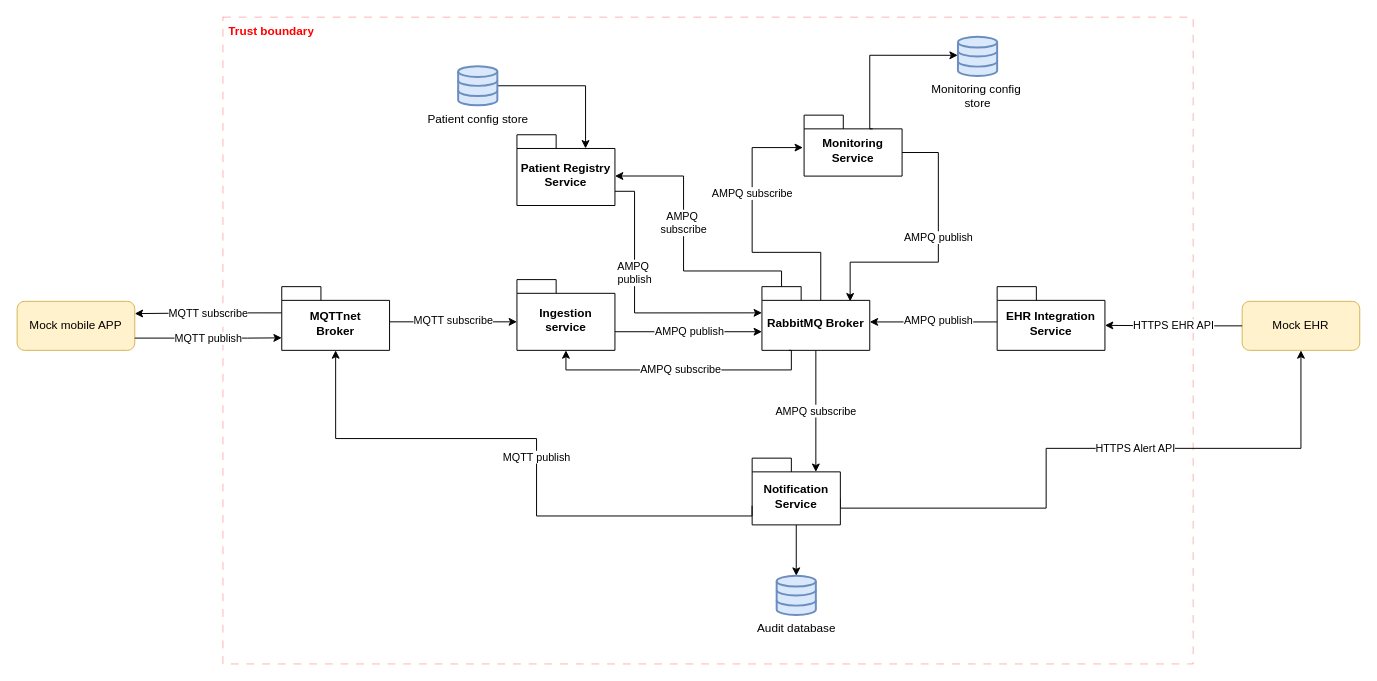
Above: docs/CC view.drawio in AlbertPerezB/CagHome (draw.io), before the change. Source tidied: cells renumbered, new cells numbered last; positions are measured from the earlier drawing's top-left corner, leaving out a move shared by most shapes. Both pictures are drawn from the tidied source at 98%, with x=0, y=0 at pixel (17, 17).
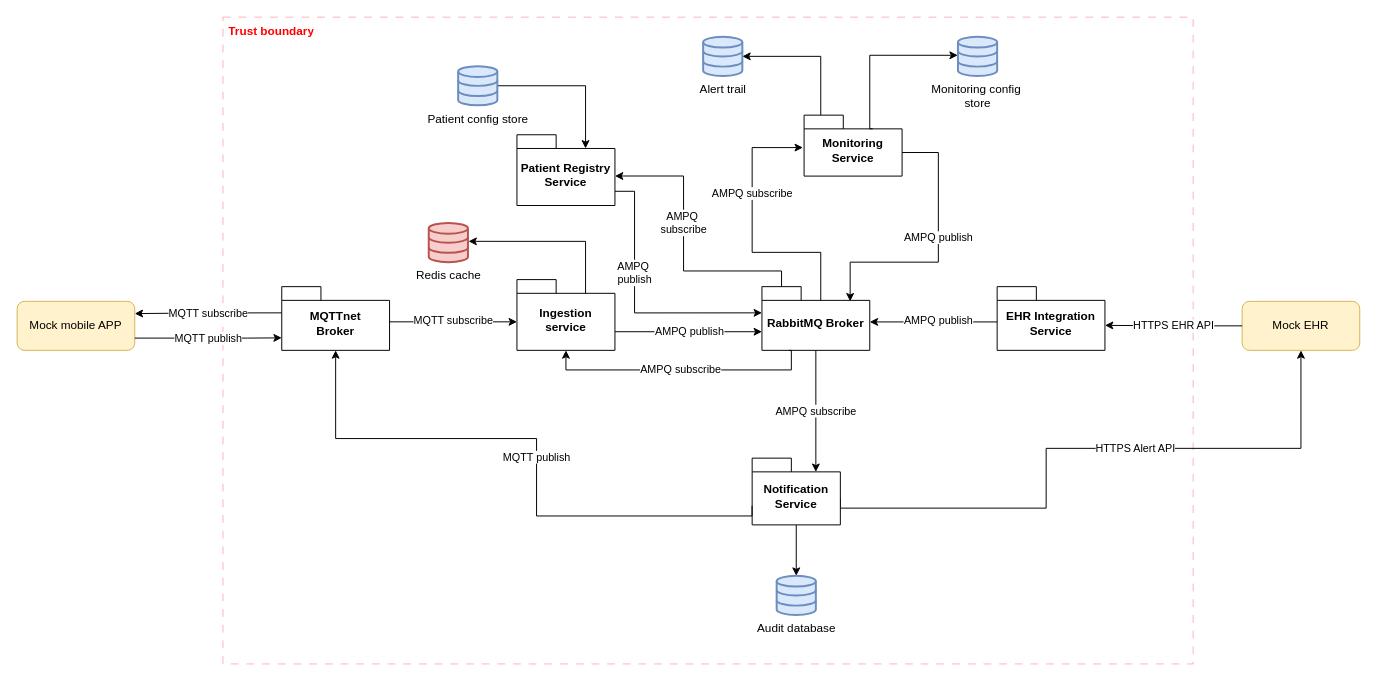
The same diagram, later.

The change refers to these unchanged cells:
```xml
<mxCell id="3" value="Ingestion service" style="shape=folder;fontStyle=1;spacingTop=10;tabWidth=40;tabHeight=14;tabPosition=left;html=1;whiteSpace=wrap;" parent="1" vertex="1">
  <mxGeometry x="510" y="267.8" width="100" height="72.2" as="geometry" />
</mxCell>
<mxCell id="11" value="Monitoring Service" style="shape=folder;fontStyle=1;spacingTop=10;tabWidth=40;tabHeight=14;tabPosition=left;html=1;whiteSpace=wrap;" parent="1" vertex="1">
  <mxGeometry x="803" y="100" width="100" height="62.2" as="geometry" />
</mxCell>
```

The edit, as a diff of the source:
```diff
@@
+    <mxCell id="33" style="edgeStyle=orthogonalEdgeStyle;rounded=0;jettySize=auto;html=1;" parent="1" edge="1" source="11" target="36">
+      <mxGeometry relative="1" as="geometry">
+        <Array as="points">
+          <mxPoint x="820" y="40" />
+        </Array>
+      </mxGeometry>
+    </mxCell>
@@
+    <mxCell id="34" value="Redis cache" style="html=1;verticalLabelPosition=bottom;align=center;labelBackgroundColor=#ffffff;verticalAlign=top;strokeWidth=2;strokeColor=#b85450;shadow=0;dashed=0;shape=mxgraph.ios7.icons.data;fillColor=#f8cecc;" parent="1" vertex="1">
+      <mxGeometry x="420" y="210" width="40" height="40" as="geometry" />
+    </mxCell>
+    <mxCell id="35" style="edgeStyle=orthogonalEdgeStyle;rounded=0;jettySize=auto;html=1;entryX=1.015;entryY=0.469;entryDx=0;entryDy=0;entryPerimeter=0;exitX=0;exitY=0;exitDx=70;exitDy=14;exitPerimeter=0;" parent="1" edge="1" source="3" target="34">
+      <mxGeometry relative="1" as="geometry">
+        <Array as="points">
+          <mxPoint x="580" y="229" />
+        </Array>
+      </mxGeometry>
+    </mxCell>
+    <mxCell id="36" value="Alert trail" style="html=1;verticalLabelPosition=bottom;align=center;labelBackgroundColor=#ffffff;verticalAlign=top;strokeWidth=2;strokeColor=#6c8ebf;shadow=0;dashed=0;shape=mxgraph.ios7.icons.data;fillColor=#dae8fc;" parent="1" vertex="1">
+      <mxGeometry x="700" y="20" width="40" height="40" as="geometry" />
+    </mxCell>
```
